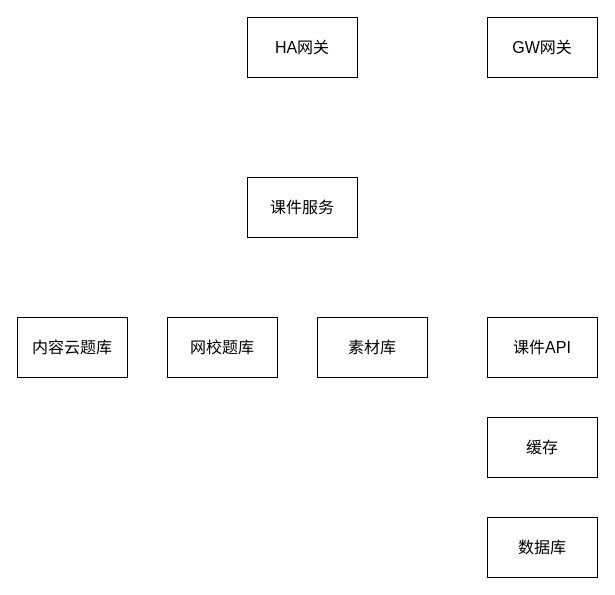
huanjiesm/courseware-draw keeps this draw.io diagram as doublealive.drawio. Above is the earlier version. Source tidied: cells renumbered, new cells numbered last; positions are measured from the earlier drawing's top-left corner, leaving out a move shared by most shapes. Both pictures are drawn from the tidied source at 100%, with x=0, y=0 at pixel (17, 17).
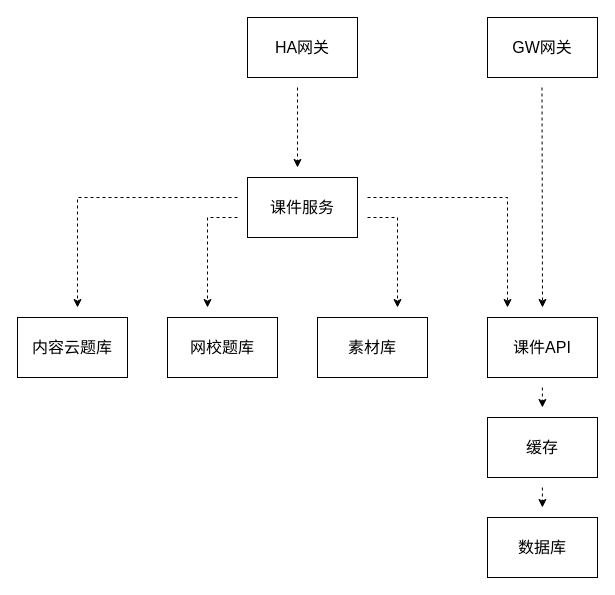
Above is the later version.

Change to the diagram source:
```diff
@@
+    <mxCell id="11" style="endArrow=classic;html=1;rounded=0;dashed=1;" parent="1" edge="1">
+      <mxGeometry relative="1" as="geometry">
+        <mxPoint x="280" y="70" as="sourcePoint" />
+        <mxPoint x="280" y="150" as="targetPoint" />
+      </mxGeometry>
+    </mxCell>
+    <mxCell id="12" style="endArrow=classic;html=1;rounded=0;dashed=1;" parent="1" edge="1">
+      <mxGeometry relative="1" as="geometry">
+        <mxPoint x="524.5" y="70" as="sourcePoint" />
+        <mxPoint x="525" y="290" as="targetPoint" />
+      </mxGeometry>
+    </mxCell>
+    <mxCell id="13" style="endArrow=classic;html=1;rounded=0;dashed=1;" parent="1" edge="1">
+      <mxGeometry relative="1" as="geometry">
+        <mxPoint x="350" y="180" as="sourcePoint" />
+        <mxPoint x="490" y="290" as="targetPoint" />
+        <Array as="points">
+          <mxPoint x="490" y="180" />
+        </Array>
+      </mxGeometry>
+    </mxCell>
+    <mxCell id="14" style="endArrow=classic;html=1;rounded=0;dashed=1;" parent="1" edge="1">
+      <mxGeometry relative="1" as="geometry">
+        <mxPoint x="350" y="200" as="sourcePoint" />
+        <mxPoint x="380" y="290" as="targetPoint" />
+        <Array as="points">
+          <mxPoint x="380" y="200" />
+        </Array>
+      </mxGeometry>
+    </mxCell>
+    <mxCell id="15" style="endArrow=classic;html=1;rounded=0;dashed=1;" parent="1" edge="1">
+      <mxGeometry relative="1" as="geometry">
+        <mxPoint x="220" y="200" as="sourcePoint" />
+        <mxPoint x="190" y="290" as="targetPoint" />
+        <Array as="points">
+          <mxPoint x="190" y="200" />
+        </Array>
+      </mxGeometry>
+    </mxCell>
+    <mxCell id="16" style="endArrow=classic;html=1;rounded=0;dashed=1;" parent="1" edge="1">
+      <mxGeometry relative="1" as="geometry">
+        <mxPoint x="220" y="180" as="sourcePoint" />
+        <mxPoint x="60" y="290" as="targetPoint" />
+        <Array as="points">
+          <mxPoint x="60" y="180" />
+        </Array>
+      </mxGeometry>
+    </mxCell>
+    <mxCell id="17" style="endArrow=classic;html=1;rounded=0;dashed=1;" parent="1" edge="1">
+      <mxGeometry relative="1" as="geometry">
+        <mxPoint x="524.9" y="470" as="sourcePoint" />
+        <mxPoint x="524.9" y="490" as="targetPoint" />
+      </mxGeometry>
+    </mxCell>
+    <mxCell id="18" style="endArrow=classic;html=1;rounded=0;dashed=1;" parent="1" edge="1">
+      <mxGeometry relative="1" as="geometry">
+        <mxPoint x="524.9" y="370" as="sourcePoint" />
+        <mxPoint x="524.9" y="390" as="targetPoint" />
+      </mxGeometry>
+    </mxCell>
```
